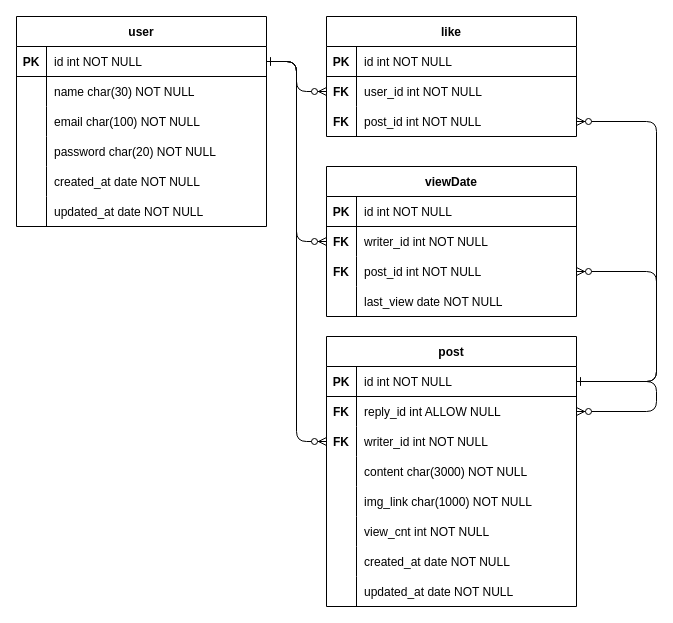
Before: erd.drawio in web5-kimgangmoon/cloneCoding4, a draw.io diagram. Source tidied: cells renumbered, new cells numbered last; positions are measured from the earlier drawing's top-left corner, leaving out a move shared by most shapes. Both pictures are drawn from the tidied source at 100%, with x=0, y=0 at pixel (16, 16).
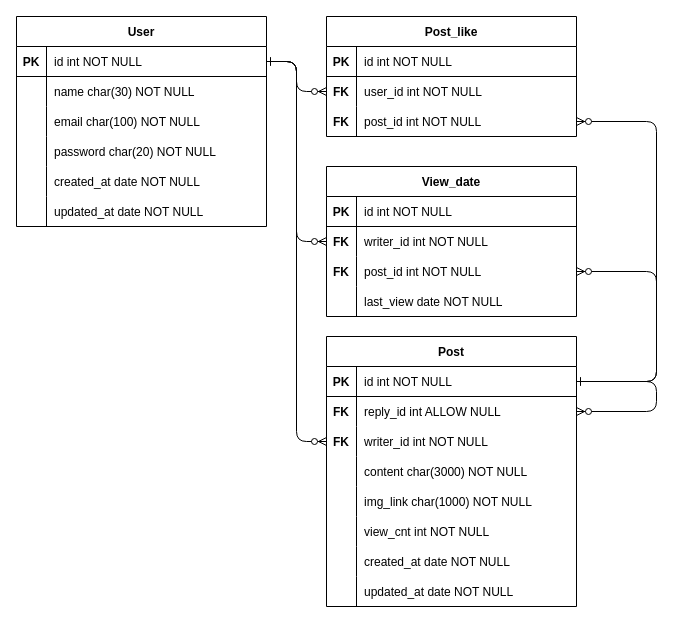
Above is the later version.

What changed in the source:
```diff
@@
-    <mxCell id="3" value="user" style="shape=table;startSize=30;childLayout=tableLayout;rowLines=0;fontStyle=1;align=center;" parent="1" vertex="1">
+    <mxCell id="3" value="User" style="shape=table;startSize=30;childLayout=tableLayout;rowLines=0;fontStyle=1;align=center;" parent="1" vertex="1">
       <mxGeometry width="250" height="210" as="geometry" />
     </mxCell>
@@
-    <mxCell id="22" value="like" style="shape=table;startSize=30;childLayout=tableLayout;rowLines=0;fontStyle=1;align=center;" parent="1" vertex="1">
+    <mxCell id="22" value="Post_like" style="shape=table;startSize=30;childLayout=tableLayout;rowLines=0;fontStyle=1;align=center;" parent="1" vertex="1">
       <mxGeometry x="310" width="250" height="120" as="geometry" />
     </mxCell>
@@
-    <mxCell id="32" value="post" style="shape=table;startSize=30;childLayout=tableLayout;rowLines=0;fontStyle=1;align=center;" parent="1" vertex="1">
+    <mxCell id="32" value="Post" style="shape=table;startSize=30;childLayout=tableLayout;rowLines=0;fontStyle=1;align=center;" parent="1" vertex="1">
       <mxGeometry x="310" y="320" width="250" height="270" as="geometry" />
     </mxCell>
@@
-    <mxCell id="58" value="viewDate" style="shape=table;startSize=30;childLayout=tableLayout;rowLines=0;fontStyle=1;align=center;" parent="1" vertex="1">
+    <mxCell id="58" value="View_date" style="shape=table;startSize=30;childLayout=tableLayout;rowLines=0;fontStyle=1;align=center;" parent="1" vertex="1">
       <mxGeometry x="310" y="150" width="250" height="150" as="geometry" />
     </mxCell>
```
